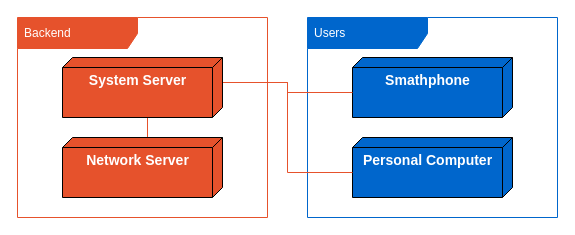
The draw.io diagram page "Physical Model" (4 of 9) of documentation/diagrams/diagram-models.drawio in detiuaveiro/PECI-05-2022-23, before the edit. Source tidied: cells renumbered, new cells numbered last; positions are measured from the earlier drawing's top-left corner, leaving out a move shared by most shapes. Both pictures are drawn from the tidied source at 100%, with x=0, y=0 at pixel (17, 17).
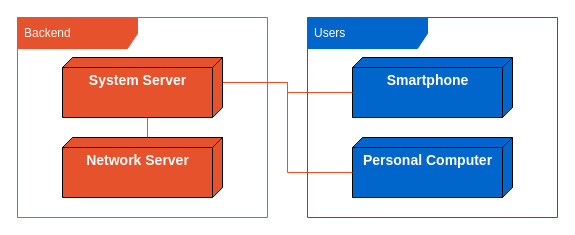
The same page after the edit.

Diff of the diagram source:
```diff
@@
 <mxGraphModel>
   <root>
     <mxCell id="0" />
     <mxCell id="1" parent="0" />
     <mxCell id="2" value="&lt;font color=&quot;#ffffff&quot;&gt;Backend&lt;br&gt;&lt;/font&gt;" style="shape=umlFrame;whiteSpace=wrap;html=1;width=120;height=31;boundedLbl=1;verticalAlign=middle;align=left;spacingLeft=5;fontColor=#0066CC;fillColor=#E6522C;strokeColor=#E6522C;" parent="1" vertex="1">
       <mxGeometry width="250" height="200" as="geometry" />
     </mxCell>
     <mxCell id="3" value="&lt;font color=&quot;#ffffff&quot;&gt;Users&lt;br&gt;&lt;/font&gt;" style="shape=umlFrame;whiteSpace=wrap;html=1;width=120;height=31;boundedLbl=1;verticalAlign=middle;align=left;spacingLeft=5;fontColor=#0066CC;fillColor=#0066CC;strokeColor=#0066CC;" parent="1" vertex="1">
       <mxGeometry x="290" width="250" height="200" as="geometry" />
     </mxCell>
-    <mxCell id="4" value="&lt;font color=&quot;#ffffff&quot; style=&quot;font-size: 14px;&quot;&gt;&lt;b&gt;Smathphone&lt;/b&gt;&lt;/font&gt;" style="verticalAlign=top;align=center;spacingTop=8;spacingLeft=2;spacingRight=12;shape=cube;size=10;direction=south;fontStyle=0;html=1;fillColor=#0066CC;" parent="1" vertex="1">
+    <mxCell id="4" value="&lt;font color=&quot;#ffffff&quot; style=&quot;font-size: 14px;&quot;&gt;&lt;b&gt;Smartphone&lt;/b&gt;&lt;/font&gt;" style="verticalAlign=top;align=center;spacingTop=8;spacingLeft=2;spacingRight=12;shape=cube;size=10;direction=south;fontStyle=0;html=1;fillColor=#0066CC;" parent="1" vertex="1">
       <mxGeometry x="335" y="40" width="160" height="60" as="geometry" />
     </mxCell>
     <mxCell id="5" value="&lt;font color=&quot;#ffffff&quot; style=&quot;font-size: 14px;&quot;&gt;&lt;b&gt;Personal Computer&lt;/b&gt;&lt;/font&gt;" style="verticalAlign=top;align=center;spacingTop=8;spacingLeft=2;spacingRight=12;shape=cube;size=10;direction=south;fontStyle=0;html=1;fillColor=#0066CC;" parent="1" vertex="1">
       <mxGeometry x="335" y="120" width="160" height="60" as="geometry" />
     </mxCell>
     <mxCell id="6" style="edgeStyle=orthogonalEdgeStyle;rounded=0;jettySize=auto;html=1;exitX=0;exitY=0;exitDx=60;exitDy=85;exitPerimeter=0;entryX=0;entryY=0;entryDx=0;entryDy=75;entryPerimeter=0;strokeColor=#E6522C;fontColor=#E6522C;endArrow=none;endFill=0;" parent="1" edge="1" source="9" target="10">
       <mxGeometry relative="1" as="geometry" />
     </mxCell>
     <mxCell id="7" style="edgeStyle=orthogonalEdgeStyle;rounded=0;jettySize=auto;html=1;exitX=0;exitY=0;exitDx=25;exitDy=0;exitPerimeter=0;entryX=0;entryY=0;entryDx=35;entryDy=160;entryPerimeter=0;strokeColor=#E6522C;fontColor=#E6522C;endArrow=none;endFill=0;" parent="1" edge="1" source="9" target="4">
       <mxGeometry relative="1" as="geometry" />
     </mxCell>
     <mxCell id="8" style="edgeStyle=orthogonalEdgeStyle;rounded=0;jettySize=auto;html=1;exitX=0;exitY=0;exitDx=25;exitDy=0;exitPerimeter=0;entryX=0;entryY=0;entryDx=35;entryDy=160;entryPerimeter=0;strokeColor=#E6522C;fontColor=#E6522C;endArrow=none;endFill=0;" parent="1" edge="1" source="9" target="5">
       <mxGeometry relative="1" as="geometry" />
     </mxCell>
     <mxCell id="9" value="&lt;font color=&quot;#ffffff&quot; style=&quot;font-size: 14px;&quot;&gt;&lt;b&gt;System Server&lt;/b&gt;&lt;/font&gt;" style="verticalAlign=top;align=center;spacingTop=8;spacingLeft=2;spacingRight=12;shape=cube;size=10;direction=south;fontStyle=0;html=1;fillColor=#E6522C;" parent="1" vertex="1">
       <mxGeometry x="45" y="40" width="160" height="60" as="geometry" />
     </mxCell>
     <mxCell id="10" value="&lt;font color=&quot;#ffffff&quot; style=&quot;font-size: 14px;&quot;&gt;&lt;b&gt;Network Server&lt;/b&gt;&lt;/font&gt;" style="verticalAlign=top;align=center;spacingTop=8;spacingLeft=2;spacingRight=12;shape=cube;size=10;direction=south;fontStyle=0;html=1;fillColor=#E6522C;" parent="1" vertex="1">
       <mxGeometry x="45" y="120" width="160" height="60" as="geometry" />
     </mxCell>
   </root>
 </mxGraphModel>
```
